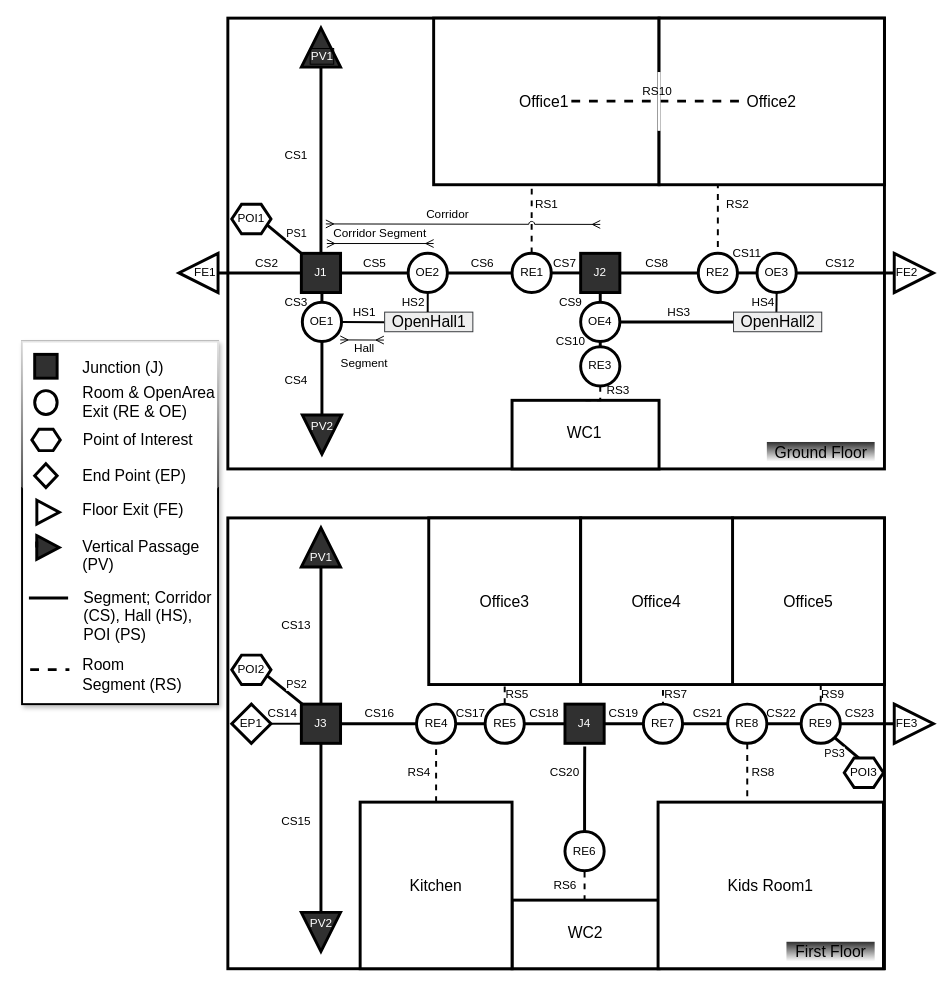
The draw.io diagram Examples/SmallOfficeSpace/resoursefiles/RouteGraphOfficeSpace_Detailed.svg.drawio in qasimkhalid/SBEO, before the edit. Source tidied: cells renumbered, new cells numbered last; positions are measured from the earlier drawing's top-left corner, leaving out a move shared by most shapes. Both pictures are drawn from the tidied source at 98%, with x=0, y=0 at pixel (22, 18).
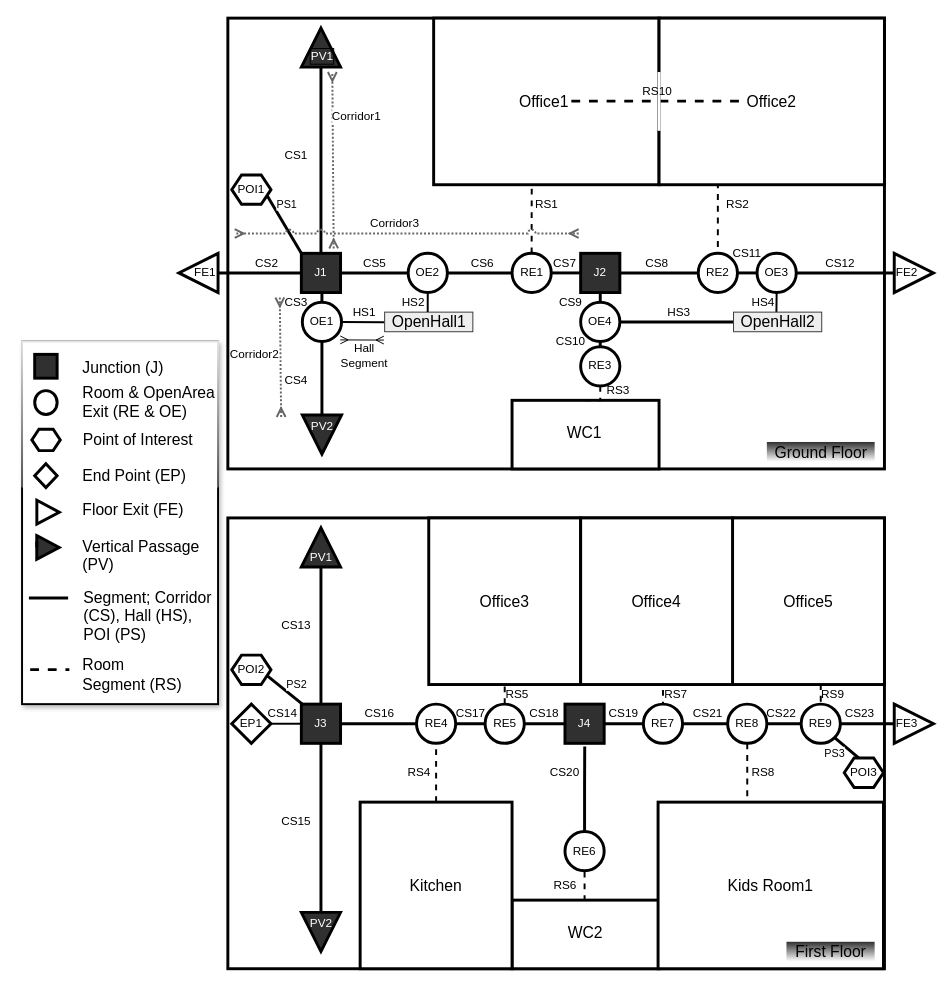
The same page after the edit.

Unchanged cells that the change refers to:
```xml
<mxCell id="51" value="J1" style="whiteSpace=wrap;html=1;strokeColor=#000000;strokeWidth=3;fillColor=#303030;gradientColor=none;fontSize=12;fontColor=#FFFFFF;" parent="1" vertex="1">
  <mxGeometry x="285" y="240" width="40" height="40" as="geometry" />
</mxCell>
```

The edit, as a diff of the source:
```diff
@@
     <mxCell id="50" value="PS1" style="jettySize=auto;html=1;exitX=0;exitY=0;exitDx=0;exitDy=0;entryX=1;entryY=0.75;entryDx=0;entryDy=0;endArrow=none;endFill=0;elbow=vertical;strokeWidth=3;" parent="1" edge="1" source="51" target="145">
-      <mxGeometry x="-0.27" y="-12" relative="1" as="geometry" />
+      <mxGeometry x="0.48" y="-13" relative="1" as="geometry" />
     </mxCell>
@@
-    <mxCell id="70" style="endArrow=ERmany;startArrow=ERmany;html=1;rounded=0;startFill=0;endFill=0;" parent="1" edge="1">
-      <mxGeometry relative="1" as="geometry">
-        <mxPoint x="311" y="230" as="sourcePoint" />
-        <mxPoint x="420" y="230" as="targetPoint" />
-      </mxGeometry>
-    </mxCell>
-    <mxCell id="71" value="Corridor" style="text;html=1;align=center;verticalAlign=middle;rotation=0;" parent="1" vertex="1">
-      <mxGeometry x="404" y="190" width="60" height="20" as="geometry" />
+    <mxCell id="71" value="Corridor3" style="text;html=1;align=center;verticalAlign=middle;rotation=0;" parent="1" vertex="1">
+      <mxGeometry x="345" y="200" width="70" height="20" as="geometry" />
     </mxCell>
-    <mxCell id="72" value="Corridor Segment" style="text;html=1;align=center;verticalAlign=middle;rotation=0;" parent="1" vertex="1">
-      <mxGeometry x="310" y="210" width="110" height="20" as="geometry" />
-    </mxCell>
-    <mxCell id="73" style="endArrow=ERmany;startArrow=ERmany;html=1;rounded=0;strokeColor=#000000;jumpStyle=arc;startFill=0;endFill=0;" parent="1" edge="1">
+    <mxCell id="73" style="endArrow=ERmany;startArrow=ERmany;html=1;rounded=0;jumpStyle=arc;startFill=0;endFill=0;strokeWidth=2;strokeColor=#666666;dashed=1;dashPattern=1 1;" parent="1" edge="1">
       <mxGeometry relative="1" as="geometry">
-        <mxPoint x="590" y="210.5" as="sourcePoint" />
-        <mxPoint x="310" y="210" as="targetPoint" />
+        <mxPoint x="568" y="219.8" as="sourcePoint" />
+        <mxPoint x="217" y="219.8" as="targetPoint" />
       </mxGeometry>
     </mxCell>
@@
     <mxCell id="145" value="POI1" style="shape=hexagon;perimeter=hexagonPerimeter2;whiteSpace=wrap;html=1;strokeWidth=3;" parent="1" vertex="1">
-      <mxGeometry x="214" y="190" width="40" height="30" as="geometry" />
+      <mxGeometry x="214" y="160" width="40" height="30" as="geometry" />
     </mxCell>
@@
+    <mxCell id="155" style="endArrow=ERmany;html=1;dashed=1;dashPattern=1 1;strokeColor=#666666;strokeWidth=2;startArrow=ERmany;startFill=0;endFill=0;" parent="1" edge="1">
+      <mxGeometry relative="1" as="geometry">
+        <mxPoint x="318" y="235" as="sourcePoint" />
+        <mxPoint x="316.6" y="55" as="targetPoint" />
+      </mxGeometry>
+    </mxCell>
+    <mxCell id="156" value="Corridor1" style="edgeLabel;html=1;align=center;verticalAlign=middle;fontSize=12;" parent="155" vertex="1">
+      <mxGeometry x="0.15" y="2" relative="1" as="geometry">
+        <mxPoint x="25.4" y="-31.8" as="offset" />
+      </mxGeometry>
+    </mxCell>
+    <mxCell id="157" style="endArrow=ERmany;html=1;dashed=1;dashPattern=1 1;strokeColor=#666666;strokeWidth=2;startArrow=ERmany;startFill=0;endFill=0;" parent="1" edge="1">
+      <mxGeometry relative="1" as="geometry">
+        <mxPoint x="264.4" y="407" as="sourcePoint" />
+        <mxPoint x="263" y="285" as="targetPoint" />
+      </mxGeometry>
+    </mxCell>
+    <mxCell id="158" value="Corridor2" style="edgeLabel;html=1;align=center;verticalAlign=middle;fontSize=12;" parent="157" vertex="1">
+      <mxGeometry x="0.15" y="2" relative="1" as="geometry">
+        <mxPoint x="-24.6" y="5.8" as="offset" />
+      </mxGeometry>
+    </mxCell>
```
